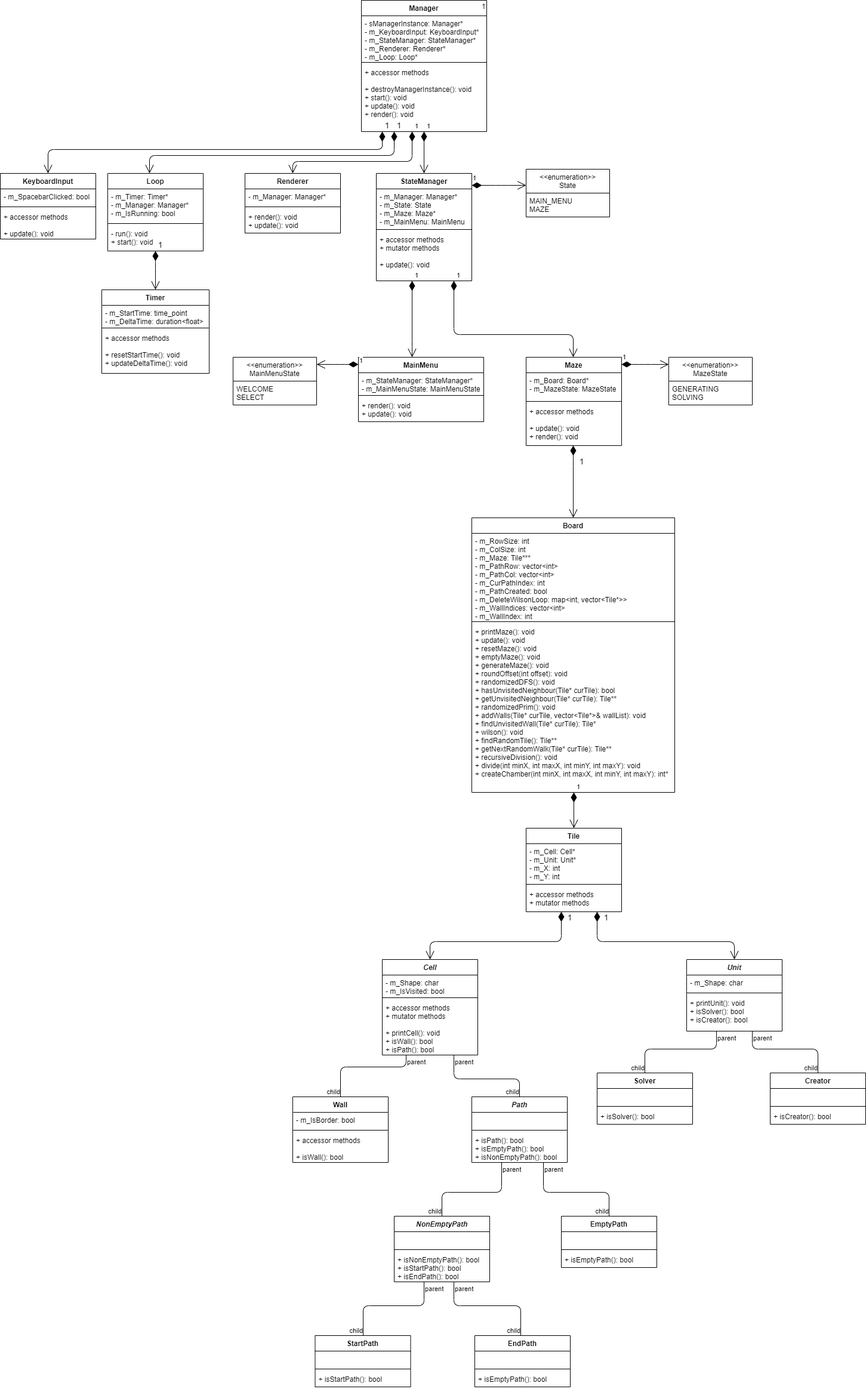
Above: assets/maze_class_diagram.png in Dandoko/maze_craze (draw.io), before the change. Source tidied: cells renumbered, new cells last; positions are measured from the earlier drawing's top-left corner, leaving out a move shared by most shapes.
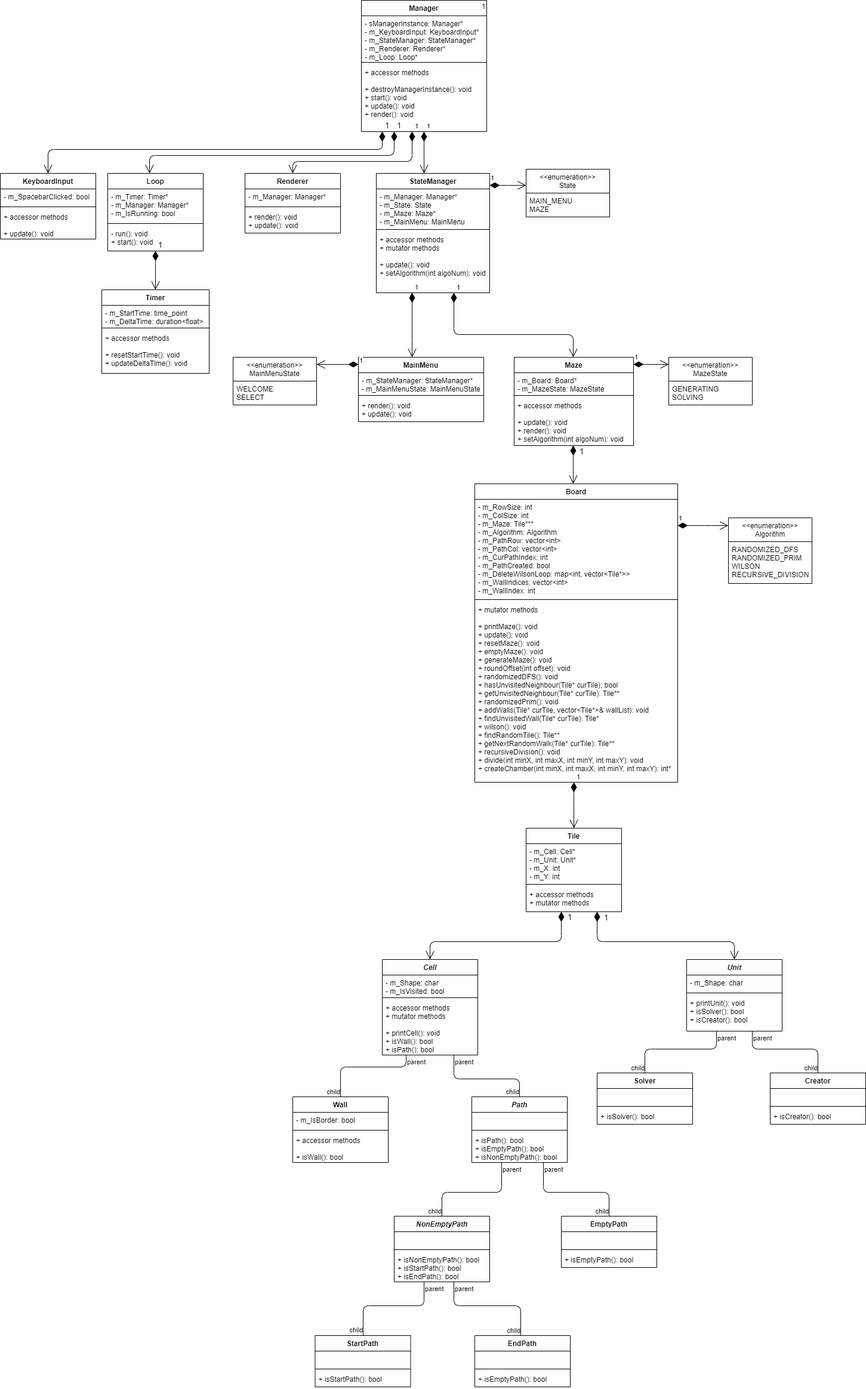
Above is the later version.

Commit message:
ver0031 selecting maze generation

Change to the diagram source:
```diff
@@ -3,16 +3,16 @@
     <mxCell id="0" />
     <mxCell id="1" parent="0" />
     <mxCell id="2" value="Board" style="swimlane;fontStyle=1;align=center;verticalAlign=top;horizontal=1;startSize=26;" parent="1" vertex="1">
-      <mxGeometry x="790" y="867" width="340" height="460" as="geometry" />
+      <mxGeometry x="795" y="810" width="340" height="500" as="geometry" />
     </mxCell>
-    <mxCell id="3" value="- m_RowSize: int&#10;- m_ColSize: int&#10;- m_Maze: Tile***&#10;- m_PathRow: vector&lt;int&gt;&#10;- m_PathCol: vector&lt;int&gt;&#10;- m_CurPathIndex: int&#10;- m_PathCreated: bool&#10;- m_DeleteWilsonLoop: map&lt;int, vector&lt;Tile*&gt;&gt;&#10;- m_WallIndices: vector&lt;int&gt;&#10;- m_WallIndex: int" style="text;strokeColor=none;fillColor=none;align=left;verticalAlign=top;spacingLeft=4;spacingRight=4;overflow=hidden;" parent="2" vertex="1">
-      <mxGeometry y="26" width="340" height="144" as="geometry" />
+    <mxCell id="3" value="- m_RowSize: int&#10;- m_ColSize: int&#10;- m_Maze: Tile***&#10;- m_Algorithm: Algorithm&#10;- m_PathRow: vector&lt;int&gt;&#10;- m_PathCol: vector&lt;int&gt;&#10;- m_CurPathIndex: int&#10;- m_PathCreated: bool&#10;- m_DeleteWilsonLoop: map&lt;int, vector&lt;Tile*&gt;&gt;&#10;- m_WallIndices: vector&lt;int&gt;&#10;- m_WallIndex: int" style="text;strokeColor=none;fillColor=none;align=left;verticalAlign=top;spacingLeft=4;spacingRight=4;overflow=hidden;" parent="2" vertex="1">
+      <mxGeometry y="26" width="340" height="164" as="geometry" />
     </mxCell>
     <mxCell id="4" style="line;strokeWidth=1;fillColor=none;align=left;verticalAlign=middle;spacingTop=-1;spacingLeft=3;spacingRight=3;labelPosition=right;" parent="2" vertex="1">
-      <mxGeometry y="170" width="340" height="8" as="geometry" />
+      <mxGeometry y="190" width="340" height="8" as="geometry" />
     </mxCell>
-    <mxCell id="5" value="+ printMaze(): void&#10;+ update(): void&#10;+ resetMaze(): void&#10;+ emptyMaze(): void&#10;+ generateMaze(): void&#10;+ roundOffset(int offset): void&#10;+ randomizedDFS(): void&#10;+ hasUnvisitedNeighbour(Tile* curTile): bool&#10;+ getUnvisitedNeighbour(Tile* curTile): Tile**&#10;+ randomizedPrim(): void&#10;+ addWalls(Tile* curTile, vector&lt;Tile*&gt;&amp; wallList): void&#10;+ findUnvisitedWall(Tile* curTile): Tile*&#10;+ wilson(): void&#10;+ findRandomTile(): Tile**&#10;+ getNextRandomWalk(Tile* curTile): Tile**&#10;+ recursiveDivision(): void&#10;+ divide(int minX, int maxX, int minY, int maxY): void&#10;+ createChamber(int minX, int maxX, int minY, int maxY): int*&#10;" style="text;strokeColor=none;fillColor=none;align=left;verticalAlign=top;spacingLeft=4;spacingRight=4;overflow=hidden;points=[[0,0.5],[1,0.5]];portConstraint=eastwest;" parent="2" vertex="1">
-      <mxGeometry y="178" width="340" height="282" as="geometry" />
+    <mxCell id="5" value="+ mutator methods&#10;&#10;+ printMaze(): void&#10;+ update(): void&#10;+ resetMaze(): void&#10;+ emptyMaze(): void&#10;+ generateMaze(): void&#10;+ roundOffset(int offset): void&#10;+ randomizedDFS(): void&#10;+ hasUnvisitedNeighbour(Tile* curTile): bool&#10;+ getUnvisitedNeighbour(Tile* curTile): Tile**&#10;+ randomizedPrim(): void&#10;+ addWalls(Tile* curTile, vector&lt;Tile*&gt;&amp; wallList): void&#10;+ findUnvisitedWall(Tile* curTile): Tile*&#10;+ wilson(): void&#10;+ findRandomTile(): Tile**&#10;+ getNextRandomWalk(Tile* curTile): Tile**&#10;+ recursiveDivision(): void&#10;+ divide(int minX, int maxX, int minY, int maxY): void&#10;+ createChamber(int minX, int maxX, int minY, int maxY): int*&#10;" style="text;strokeColor=none;fillColor=none;align=left;verticalAlign=top;spacingLeft=4;spacingRight=4;overflow=hidden;points=[[0,0.5],[1,0.5]];portConstraint=eastwest;" parent="2" vertex="1">
+      <mxGeometry y="198" width="340" height="302" as="geometry" />
     </mxCell>
     <mxCell id="6" value="Tile" style="swimlane;fontStyle=1;align=center;verticalAlign=top;horizontal=1;startSize=26;" parent="1" vertex="1">
       <mxGeometry x="881" y="1387" width="160" height="140" as="geometry" />
@@ -159,16 +159,16 @@
       <mxGeometry y="68" width="180" height="72" as="geometry" />
     </mxCell>
     <mxCell id="54" value="Maze" style="swimlane;fontStyle=1;align=center;verticalAlign=top;horizontal=1;startSize=26;" parent="1" vertex="1">
-      <mxGeometry x="881" y="598" width="160" height="148" as="geometry" />
+      <mxGeometry x="861" y="598" width="200" height="148" as="geometry" />
     </mxCell>
     <mxCell id="55" value="- m_Board: Board*&#10;- m_MazeState: MazeState" style="text;strokeColor=none;fillColor=none;align=left;verticalAlign=top;spacingLeft=4;spacingRight=4;overflow=hidden;" parent="54" vertex="1">
-      <mxGeometry y="26" width="160" height="44" as="geometry" />
+      <mxGeometry y="26" width="200" height="34" as="geometry" />
     </mxCell>
     <mxCell id="56" style="line;strokeWidth=1;fillColor=none;align=left;verticalAlign=middle;spacingTop=-1;spacingLeft=3;spacingRight=3;labelPosition=right;" parent="54" vertex="1">
-      <mxGeometry y="70" width="160" height="8" as="geometry" />
+      <mxGeometry y="60" width="200" height="8" as="geometry" />
     </mxCell>
-    <mxCell id="57" value="+ accessor methods&#10;&#10;+ update(): void&#10;+ render(): void" style="text;strokeColor=none;fillColor=none;align=left;verticalAlign=top;spacingLeft=4;spacingRight=4;overflow=hidden;points=[[0,0.5],[1,0.5]];portConstraint=eastwest;" parent="54" vertex="1">
-      <mxGeometry y="78" width="160" height="70" as="geometry" />
+    <mxCell id="57" value="+ accessor methods&#10;&#10;+ update(): void&#10;+ render(): void&#10;+ setAlgorithm(int algoNum): void" style="text;strokeColor=none;fillColor=none;align=left;verticalAlign=top;spacingLeft=4;spacingRight=4;overflow=hidden;points=[[0,0.5],[1,0.5]];portConstraint=eastwest;" parent="54" vertex="1">
+      <mxGeometry y="68" width="200" height="80" as="geometry" />
     </mxCell>
     <mxCell id="58" value="Cell" style="swimlane;fontStyle=3;align=center;verticalAlign=top;horizontal=1;startSize=26;" parent="1" vertex="1">
       <mxGeometry x="640" y="1607" width="160" height="160" as="geometry" />
@@ -398,16 +398,16 @@
       <mxGeometry y="60" width="160" height="40" as="geometry" />
     </mxCell>
     <mxCell id="105" value="StateManager" style="swimlane;fontStyle=1;align=center;verticalAlign=top;horizontal=1;startSize=26;" parent="1" vertex="1">
-      <mxGeometry x="630" y="290" width="160" height="180" as="geometry" />
+      <mxGeometry x="630" y="290" width="190" height="200" as="geometry" />
     </mxCell>
     <mxCell id="106" value="- m_Manager: Manager*&#10;- m_State: State&#10;- m_Maze: Maze*&#10;- m_MainMenu: MainMenu" style="text;strokeColor=none;fillColor=none;align=left;verticalAlign=top;spacingLeft=4;spacingRight=4;overflow=hidden;" parent="105" vertex="1">
-      <mxGeometry y="26" width="160" height="64" as="geometry" />
+      <mxGeometry y="26" width="190" height="64" as="geometry" />
     </mxCell>
     <mxCell id="107" style="line;strokeWidth=1;fillColor=none;align=left;verticalAlign=middle;spacingTop=-1;spacingLeft=3;spacingRight=3;labelPosition=right;" parent="105" vertex="1">
-      <mxGeometry y="90" width="160" height="8" as="geometry" />
+      <mxGeometry y="90" width="190" height="8" as="geometry" />
     </mxCell>
-    <mxCell id="108" value="+ accessor methods&#10;+ mutator methods&#10;&#10;+ update(): void" style="text;strokeColor=none;fillColor=none;align=left;verticalAlign=top;spacingLeft=4;spacingRight=4;overflow=hidden;points=[[0,0.5],[1,0.5]];portConstraint=eastwest;" parent="105" vertex="1">
-      <mxGeometry y="98" width="160" height="82" as="geometry" />
+    <mxCell id="108" value="+ accessor methods&#10;+ mutator methods&#10;&#10;+ update(): void&#10;+ setAlgorithm(int algoNum): void" style="text;strokeColor=none;fillColor=none;align=left;verticalAlign=top;spacingLeft=4;spacingRight=4;overflow=hidden;points=[[0,0.5],[1,0.5]];portConstraint=eastwest;" parent="105" vertex="1">
+      <mxGeometry y="98" width="190" height="102" as="geometry" />
     </mxCell>
     <mxCell id="109" value="1" style="endArrow=open;html=1;endSize=12;startArrow=diamondThin;startSize=14;startFill=1;edgeStyle=orthogonalEdgeStyle;align=left;verticalAlign=bottom;" parent="1" edge="1" source="45" target="105">
       <mxGeometry x="-1" y="3" relative="1" as="geometry">
@@ -503,5 +503,19 @@
         </Array>
       </mxGeometry>
     </mxCell>
+    <mxCell id="127" value="&lt;&lt;enumeration&gt;&gt;&#10;Algorithm" style="swimlane;fontStyle=0;horizontal=1;startSize=40;fillColor=none;" parent="1" vertex="1">
+      <mxGeometry x="1220" y="867" width="140" height="110" as="geometry" />
+    </mxCell>
+    <mxCell id="128" value="RANDOMIZED_DFS&#10;RANDOMIZED_PRIM&#10;WILSON&#10;RECURSIVE_DIVISION" style="text;strokeColor=none;fillColor=none;align=left;verticalAlign=top;spacingLeft=4;spacingRight=4;overflow=hidden;" parent="127" vertex="1">
+      <mxGeometry y="40" width="140" height="70" as="geometry" />
+    </mxCell>
+    <mxCell id="129" value="1" style="endArrow=open;html=1;endSize=12;startArrow=diamondThin;startSize=14;startFill=1;edgeStyle=orthogonalEdgeStyle;align=left;verticalAlign=bottom;" parent="1" edge="1" source="2" target="127">
+      <mxGeometry x="-1" y="3" relative="1" as="geometry">
+        <Array as="points">
+          <mxPoint x="1180" y="880" />
+          <mxPoint x="1180" y="880" />
+        </Array>
+      </mxGeometry>
+    </mxCell>
   </root>
 </mxGraphModel>
```
